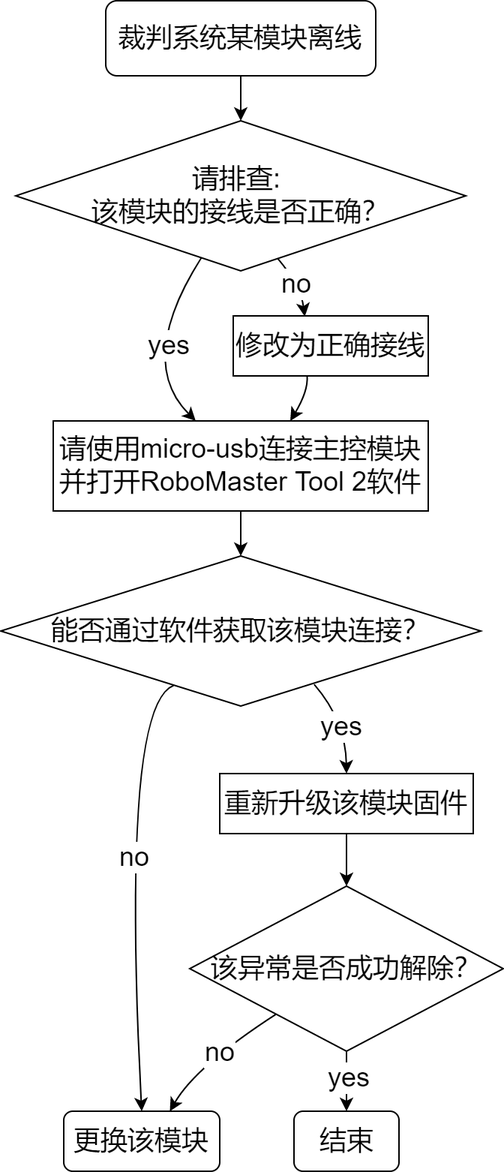
The draw.io diagram docs/s1/A20.png in RoboMaster/RefereeSystem_Help, before a commit. Source tidied: cells renumbered, new cells last; positions are measured from the earlier drawing's top-left corner, leaving out a move shared by most shapes.
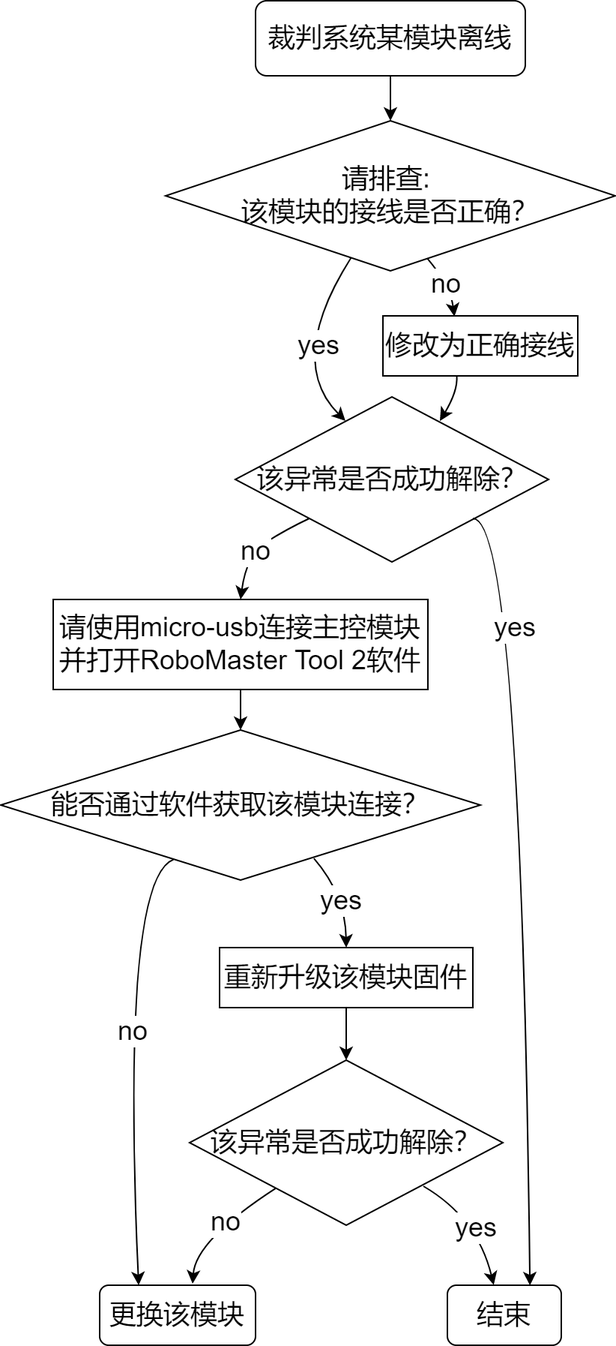
After the commit.

The edit, as a diff of the source:
```diff
@@ -11,14 +11,14 @@
     <mxCell id="4" value="请排查:&amp;nbsp;&lt;br&gt;该模块的接线是否正确？" style="rhombus;whiteSpace=wrap;html=1;fontSize=18;" parent="1" vertex="1">
       <mxGeometry x="10" y="80" width="300" height="100" as="geometry" />
     </mxCell>
-    <mxCell id="5" style="edgeStyle=orthogonalEdgeStyle;rounded=0;jettySize=auto;html=1;fontSize=18;" parent="1" edge="1" source="6" target="13">
-      <mxGeometry relative="1" as="geometry" />
+    <mxCell id="5" style="edgeStyle=orthogonalEdgeStyle;rounded=0;jettySize=auto;html=1;fontSize=18;" parent="1" edge="1" target="13">
+      <mxGeometry relative="1" as="geometry">
+        <mxPoint x="60" y="456" as="sourcePoint" />
+      </mxGeometry>
     </mxCell>
-    <mxCell id="6" value="请使用micro-usb连接主控模块并打开RoboMaster Tool 2软件" style="rounded=0;whiteSpace=wrap;html=1;fontSize=18;" parent="1" vertex="1">
-      <mxGeometry x="35" y="280" width="250" height="60" as="geometry" />
-    </mxCell>
-    <mxCell id="7" style="curved=1;endArrow=classic;html=1;rounded=0;fontSize=18;" parent="1" edge="1" source="4" target="6">
+    <mxCell id="7" style="curved=1;endArrow=classic;html=1;rounded=0;fontSize=18;" parent="1" edge="1" source="4">
       <mxGeometry relative="1" as="geometry">
+        <mxPoint x="130" y="280" as="targetPoint" />
         <Array as="points">
           <mxPoint x="90" y="240" />
         </Array>
@@ -44,26 +44,27 @@
         <mxPoint y="-4" as="offset" />
       </mxGeometry>
     </mxCell>
-    <mxCell id="12" style="curved=1;endArrow=classic;html=1;rounded=0;fontSize=18;exitX=0.379;exitY=1.003;exitDx=0;exitDy=0;exitPerimeter=0;entryX=0.632;entryY=0.001;entryDx=0;entryDy=0;entryPerimeter=0;" parent="1" edge="1" source="9" target="6">
+    <mxCell id="12" style="curved=1;endArrow=classic;html=1;rounded=0;fontSize=18;exitX=0.379;exitY=1.003;exitDx=0;exitDy=0;exitPerimeter=0;entryX=0.632;entryY=0.001;entryDx=0;entryDy=0;entryPerimeter=0;" parent="1" edge="1" source="9">
       <mxGeometry relative="1" as="geometry">
+        <mxPoint x="193" y="280.1" as="targetPoint" />
         <Array as="points">
           <mxPoint x="205" y="260" />
         </Array>
       </mxGeometry>
     </mxCell>
     <mxCell id="13" value="能否通过软件获取该模块连接？" style="rhombus;whiteSpace=wrap;html=1;fontSize=18;" parent="1" vertex="1">
-      <mxGeometry y="370" width="320" height="100" as="geometry" />
+      <mxGeometry x="-100" y="486" width="320" height="100" as="geometry" />
     </mxCell>
     <mxCell id="14" style="edgeStyle=orthogonalEdgeStyle;rounded=0;jettySize=auto;html=1;fontSize=18;" parent="1" edge="1" source="15" target="20">
       <mxGeometry relative="1" as="geometry" />
     </mxCell>
     <mxCell id="15" value="重新升级该模块固件" style="rounded=0;whiteSpace=wrap;html=1;fontSize=18;" parent="1" vertex="1">
-      <mxGeometry x="146" y="515" width="169" height="40" as="geometry" />
+      <mxGeometry x="46" y="631" width="169" height="40" as="geometry" />
     </mxCell>
     <mxCell id="16" style="curved=1;endArrow=classic;html=1;rounded=0;fontSize=18;exitX=0.653;exitY=0.856;exitDx=0;exitDy=0;exitPerimeter=0;entryX=0.5;entryY=0;entryDx=0;entryDy=0;" parent="1" edge="1" source="13" target="15">
       <mxGeometry relative="1" as="geometry">
         <Array as="points">
-          <mxPoint x="230" y="480" />
+          <mxPoint x="130" y="596" />
         </Array>
       </mxGeometry>
     </mxCell>
@@ -72,37 +73,30 @@
         <mxPoint y="-4" as="offset" />
       </mxGeometry>
     </mxCell>
-    <mxCell id="18" style="edgeStyle=orthogonalEdgeStyle;rounded=0;jettySize=auto;html=1;fontSize=18;" parent="1" edge="1" source="20" target="22">
-      <mxGeometry relative="1" as="geometry" />
-    </mxCell>
-    <mxCell id="19" value="yes" style="edgeLabel;html=1;align=center;verticalAlign=middle;fontSize=18;" parent="18" vertex="1">
-      <mxGeometry x="0.25" y="1" relative="1" as="geometry">
-        <mxPoint y="-8" as="offset" />
-      </mxGeometry>
-    </mxCell>
     <mxCell id="20" value="该异常是否成功解除？" style="rhombus;whiteSpace=wrap;html=1;fontSize=18;" parent="1" vertex="1">
-      <mxGeometry x="126" y="590" width="209" height="110" as="geometry" />
+      <mxGeometry x="26" y="706" width="209" height="110" as="geometry" />
     </mxCell>
     <mxCell id="21" value="更换该模块" style="rounded=1;whiteSpace=wrap;html=1;fontSize=18;" parent="1" vertex="1">
-      <mxGeometry x="42" y="740" width="104" height="40" as="geometry" />
+      <mxGeometry x="-34" y="856" width="104" height="40" as="geometry" />
     </mxCell>
     <mxCell id="22" value="结束" style="rounded=1;whiteSpace=wrap;html=1;fontSize=18;" parent="1" vertex="1">
-      <mxGeometry x="195.5" y="740" width="70" height="40" as="geometry" />
+      <mxGeometry x="198" y="856" width="76" height="40" as="geometry" />
     </mxCell>
-    <mxCell id="23" style="curved=1;endArrow=classic;html=1;rounded=0;fontSize=18;exitX=0.36;exitY=0.863;exitDx=0;exitDy=0;exitPerimeter=0;entryX=0.5;entryY=0;entryDx=0;entryDy=0;" parent="1" edge="1" source="13" target="21">
+    <mxCell id="23" style="curved=1;endArrow=classic;html=1;rounded=0;fontSize=18;exitX=0.36;exitY=0.863;exitDx=0;exitDy=0;exitPerimeter=0;entryX=0.25;entryY=0;entryDx=0;entryDy=0;" parent="1" edge="1" source="13" target="21">
       <mxGeometry relative="1" as="geometry">
         <Array as="points">
-          <mxPoint x="80" y="470" />
+          <mxPoint x="-20" y="586" />
         </Array>
       </mxGeometry>
     </mxCell>
     <mxCell id="24" value="no" style="edgeLabel;html=1;align=center;verticalAlign=middle;fontSize=18;" parent="23" vertex="1">
       <mxGeometry x="-0.1" y="3" relative="1" as="geometry" />
     </mxCell>
-    <mxCell id="25" style="curved=1;endArrow=classic;html=1;rounded=0;fontSize=18;entryX=0.68;entryY=0.001;entryDx=0;entryDy=0;entryPerimeter=0;" parent="1" edge="1" source="20" target="21">
+    <mxCell id="25" style="curved=1;endArrow=classic;html=1;rounded=0;fontSize=18;" parent="1" edge="1" source="20">
       <mxGeometry relative="1" as="geometry">
+        <mxPoint x="28" y="855" as="targetPoint" />
         <Array as="points">
-          <mxPoint x="130" y="710" />
+          <mxPoint x="30" y="826" />
         </Array>
       </mxGeometry>
     </mxCell>
@@ -111,5 +105,50 @@
         <mxPoint x="14" y="-4" as="offset" />
       </mxGeometry>
     </mxCell>
+    <mxCell id="6" value="请使用micro-usb连接主控模块并打开RoboMaster Tool 2软件" style="rounded=0;whiteSpace=wrap;html=1;fontSize=18;" parent="1" vertex="1">
+      <mxGeometry x="-65" y="399" width="250" height="60" as="geometry" />
+    </mxCell>
+    <mxCell id="27" value="该异常是否成功解除？" style="rhombus;whiteSpace=wrap;html=1;fontSize=18;" parent="1" vertex="1">
+      <mxGeometry x="56.5" y="264" width="209" height="110" as="geometry" />
+    </mxCell>
+    <mxCell id="28" style="curved=1;endArrow=classic;html=1;rounded=0;entryX=0.5;entryY=0;entryDx=0;entryDy=0;" parent="1" edge="1" source="27" target="6">
+      <mxGeometry relative="1" as="geometry">
+        <Array as="points">
+          <mxPoint x="91" y="352" />
+          <mxPoint x="64" y="369" />
+        </Array>
+      </mxGeometry>
+    </mxCell>
+    <mxCell id="29" value="&lt;font style=&quot;font-size: 18px;&quot;&gt;no&lt;/font&gt;" style="edgeLabel;html=1;align=center;verticalAlign=middle;" parent="28" vertex="1">
+      <mxGeometry x="0.03" y="-2" relative="1" as="geometry">
+        <mxPoint y="3" as="offset" />
+      </mxGeometry>
+    </mxCell>
+    <mxCell id="30" style="curved=1;endArrow=classic;html=1;rounded=0;fontSize=18;exitX=0.653;exitY=0.856;exitDx=0;exitDy=0;exitPerimeter=0;entryX=0.725;entryY=0.003;entryDx=0;entryDy=0;entryPerimeter=0;" parent="1" edge="1" target="22">
+      <mxGeometry relative="1" as="geometry">
+        <mxPoint x="215" y="345" as="sourcePoint" />
+        <Array as="points">
+          <mxPoint x="247" y="345" />
+        </Array>
+      </mxGeometry>
+    </mxCell>
+    <mxCell id="31" value="yes" style="edgeLabel;html=1;align=center;verticalAlign=middle;fontSize=18;" parent="30" vertex="1">
+      <mxGeometry x="0.19" y="-4" relative="1" as="geometry">
+        <mxPoint x="-4" y="-219" as="offset" />
+      </mxGeometry>
+    </mxCell>
+    <mxCell id="32" style="curved=1;endArrow=classic;html=1;rounded=0;fontSize=18;exitX=0.653;exitY=0.856;exitDx=0;exitDy=0;exitPerimeter=0;entryX=0.407;entryY=-0.004;entryDx=0;entryDy=0;entryPerimeter=0;" parent="1" edge="1" target="22">
+      <mxGeometry relative="1" as="geometry">
+        <mxPoint x="182" y="790" as="sourcePoint" />
+        <Array as="points">
+          <mxPoint x="218" y="811" />
+        </Array>
+      </mxGeometry>
+    </mxCell>
+    <mxCell id="33" value="yes" style="edgeLabel;html=1;align=center;verticalAlign=middle;fontSize=18;" parent="32" vertex="1">
+      <mxGeometry x="0.19" y="-4" relative="1" as="geometry">
+        <mxPoint y="-4" as="offset" />
+      </mxGeometry>
+    </mxCell>
   </root>
 </mxGraphModel>
```
